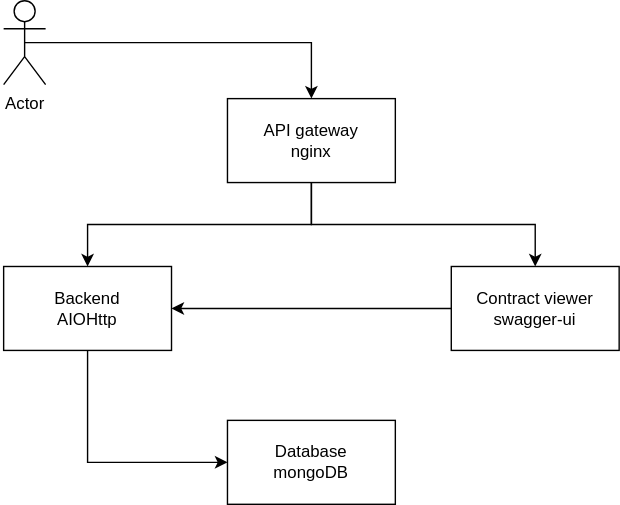
Earlier version of the draw.io export architecture.svg (mas-student/softwarearchitect-2019-11-explorer). Source tidied: cells renumbered, new cells last; positions are measured from the earlier drawing's top-left corner, leaving out a move shared by most shapes.
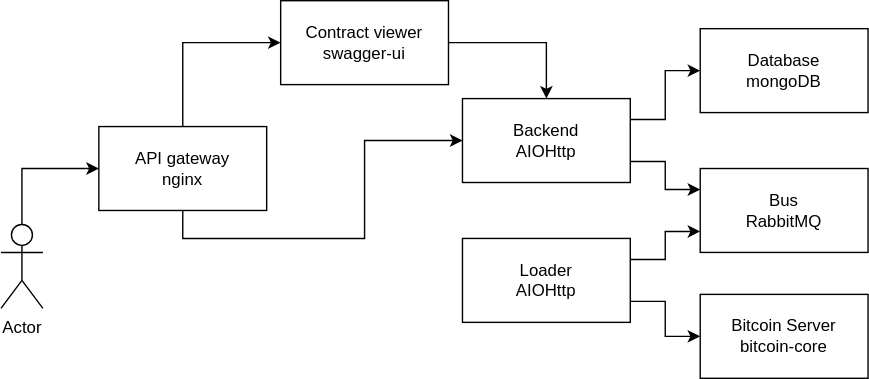
Later version of the same file.

What changed in the source:
```diff
@@ -2,35 +2,53 @@
   <root>
     <mxCell id="0" />
     <mxCell id="1" parent="0" />
+    <mxCell id="3" style="edgeStyle=orthogonalEdgeStyle;rounded=0;jettySize=auto;html=1;exitX=0.5;exitY=0;exitDx=0;exitDy=0;entryX=0;entryY=0.5;entryDx=0;entryDy=0;" parent="1" edge="1" source="4" target="6">
+      <mxGeometry relative="1" as="geometry" />
+    </mxCell>
-    <mxCell id="2" style="edgeStyle=orthogonalEdgeStyle;rounded=0;jettySize=auto;html=1;exitX=0.5;exitY=1;exitDx=0;exitDy=0;entryX=0.5;entryY=0;entryDx=0;entryDy=0;" parent="1" edge="1" source="4" target="8">
+    <mxCell id="2" style="edgeStyle=orthogonalEdgeStyle;rounded=0;jettySize=auto;html=1;exitX=0.5;exitY=1;exitDx=0;exitDy=0;entryX=0;entryY=0.5;entryDx=0;entryDy=0;" parent="1" edge="1" source="4" target="8">
       <mxGeometry relative="1" as="geometry" />
     </mxCell>
-    <mxCell id="3" style="edgeStyle=orthogonalEdgeStyle;rounded=0;jettySize=auto;html=1;exitX=0.5;exitY=1;exitDx=0;exitDy=0;entryX=0.5;entryY=0;entryDx=0;entryDy=0;" parent="1" edge="1" source="4" target="6">
-      <mxGeometry relative="1" as="geometry" />
-    </mxCell>
     <mxCell id="4" value="&lt;div&gt;API gateway&lt;/div&gt;&lt;div&gt;nginx&lt;br&gt;&lt;/div&gt;" style="rounded=0;whiteSpace=wrap;html=1;" parent="1" vertex="1">
-      <mxGeometry x="160" y="70" width="120" height="60" as="geometry" />
+      <mxGeometry x="50" y="90" width="120" height="60" as="geometry" />
     </mxCell>
-    <mxCell id="5" style="edgeStyle=orthogonalEdgeStyle;rounded=0;jettySize=auto;html=1;entryX=1;entryY=0.5;entryDx=0;entryDy=0;" parent="1" edge="1" source="6" target="8">
+    <mxCell id="5" style="edgeStyle=orthogonalEdgeStyle;rounded=0;jettySize=auto;html=1;entryX=0.5;entryY=0;entryDx=0;entryDy=0;exitX=1;exitY=0.5;exitDx=0;exitDy=0;" parent="1" edge="1" source="6" target="8">
       <mxGeometry relative="1" as="geometry" />
     </mxCell>
-    <mxCell id="6" value="&lt;div&gt;contract viewer&lt;br&gt;&lt;/div&gt;&lt;div&gt;swagger-ui&lt;/div&gt;" style="rounded=0;whiteSpace=wrap;html=1;" parent="1" vertex="1">
-      <mxGeometry x="320" y="190" width="120" height="60" as="geometry" />
+    <mxCell id="6" value="&lt;div&gt;Contract viewer&lt;br&gt;&lt;/div&gt;&lt;div&gt;swagger-ui&lt;/div&gt;" style="rounded=0;whiteSpace=wrap;html=1;" parent="1" vertex="1">
+      <mxGeometry x="180" width="120" height="60" as="geometry" />
     </mxCell>
-    <mxCell id="7" style="edgeStyle=orthogonalEdgeStyle;rounded=0;jettySize=auto;html=1;exitX=0.5;exitY=1;exitDx=0;exitDy=0;entryX=0;entryY=0.5;entryDx=0;entryDy=0;" parent="1" edge="1" source="8" target="11">
+    <mxCell id="7" style="edgeStyle=orthogonalEdgeStyle;rounded=0;jettySize=auto;html=1;exitX=1;exitY=0.25;exitDx=0;exitDy=0;entryX=0;entryY=0.5;entryDx=0;entryDy=0;" parent="1" edge="1" source="8" target="11">
       <mxGeometry relative="1" as="geometry" />
     </mxCell>
+    <mxCell id="12" style="edgeStyle=orthogonalEdgeStyle;rounded=0;jettySize=auto;html=1;exitX=1;exitY=0.75;exitDx=0;exitDy=0;entryX=0;entryY=0.25;entryDx=0;entryDy=0;" parent="1" edge="1" source="8" target="13">
+      <mxGeometry relative="1" as="geometry" />
+    </mxCell>
     <mxCell id="8" value="&lt;div&gt;Backend&lt;/div&gt;&lt;div&gt;AIOHttp&lt;br&gt;&lt;/div&gt;" style="rounded=0;whiteSpace=wrap;html=1;" parent="1" vertex="1">
-      <mxGeometry y="190" width="120" height="60" as="geometry" />
+      <mxGeometry x="310" y="70" width="120" height="60" as="geometry" />
     </mxCell>
-    <mxCell id="9" style="edgeStyle=orthogonalEdgeStyle;rounded=0;jettySize=auto;html=1;exitX=0.5;exitY=0.5;exitDx=0;exitDy=0;exitPerimeter=0;" parent="1" edge="1" source="10" target="4">
+    <mxCell id="9" style="edgeStyle=orthogonalEdgeStyle;rounded=0;jettySize=auto;html=1;exitX=0.5;exitY=0;exitDx=0;exitDy=0;exitPerimeter=0;entryX=0;entryY=0.5;entryDx=0;entryDy=0;" parent="1" edge="1" source="10" target="4">
       <mxGeometry relative="1" as="geometry" />
     </mxCell>
     <mxCell id="10" value="Actor" style="shape=umlActor;verticalLabelPosition=bottom;labelBackgroundColor=#ffffff;verticalAlign=top;html=1;outlineConnect=0;" parent="1" vertex="1">
-      <mxGeometry width="30" height="60" as="geometry" />
+      <mxGeometry x="-20" y="160" width="30" height="60" as="geometry" />
     </mxCell>
     <mxCell id="11" value="&lt;div&gt;Database&lt;/div&gt;&lt;div&gt;mongoDB&lt;br&gt;&lt;/div&gt;" style="rounded=0;whiteSpace=wrap;html=1;" parent="1" vertex="1">
-      <mxGeometry x="160" y="300" width="120" height="60" as="geometry" />
+      <mxGeometry x="480" y="20" width="120" height="60" as="geometry" />
     </mxCell>
+    <mxCell id="13" value="&lt;div&gt;B&lt;span&gt;us&lt;/span&gt;&lt;/div&gt;&lt;div&gt;RabbitMQ&lt;/div&gt;" style="rounded=0;whiteSpace=wrap;html=1;" parent="1" vertex="1">
+      <mxGeometry x="480" y="120" width="120" height="60" as="geometry" />
+    </mxCell>
+    <mxCell id="14" style="edgeStyle=orthogonalEdgeStyle;rounded=0;jettySize=auto;html=1;exitX=1;exitY=0.25;exitDx=0;exitDy=0;entryX=0;entryY=0.75;entryDx=0;entryDy=0;" parent="1" edge="1" source="16" target="13">
+      <mxGeometry relative="1" as="geometry" />
+    </mxCell>
+    <mxCell id="15" style="edgeStyle=orthogonalEdgeStyle;rounded=0;jettySize=auto;html=1;exitX=1;exitY=0.75;exitDx=0;exitDy=0;" parent="1" edge="1" source="16" target="17">
+      <mxGeometry relative="1" as="geometry" />
+    </mxCell>
+    <mxCell id="16" value="&lt;div&gt;&lt;span&gt;Loader&lt;/span&gt;&lt;/div&gt;&lt;div&gt;AIOHttp&lt;br&gt;&lt;/div&gt;" style="rounded=0;whiteSpace=wrap;html=1;" parent="1" vertex="1">
+      <mxGeometry x="310" y="170" width="120" height="60" as="geometry" />
+    </mxCell>
+    <mxCell id="17" value="&lt;div&gt;Bitcoin Server&lt;br&gt;&lt;/div&gt;&lt;div&gt;bitcoin-core&lt;/div&gt;" style="rounded=0;whiteSpace=wrap;html=1;" parent="1" vertex="1">
+      <mxGeometry x="480" y="210" width="120" height="60" as="geometry" />
+    </mxCell>
   </root>
 </mxGraphModel>
```
